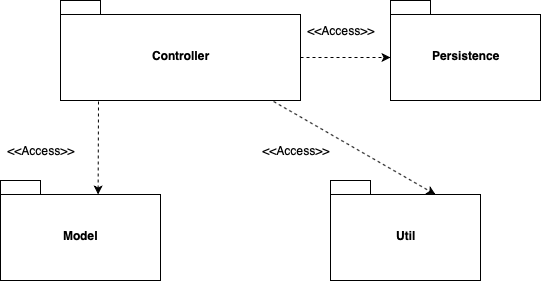
Above: doc/UML/ModulSicht.png in fkehlenb/softwareprojekt-2 (draw.io), before the change. Source tidied: cells renumbered, new cells last; positions are measured from the earlier drawing's top-left corner, leaving out a move shared by most shapes.
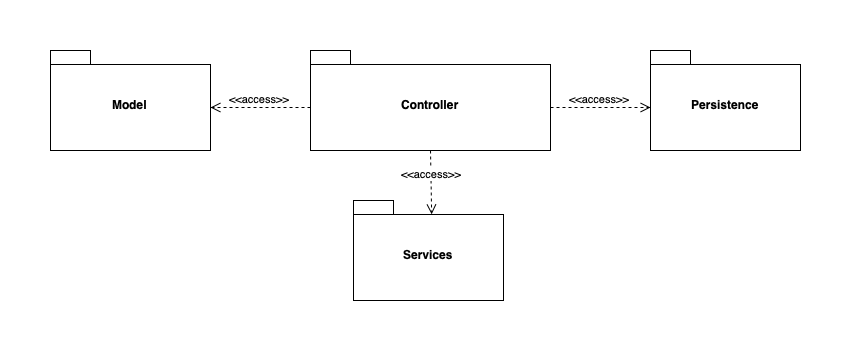
The same file after the commit.

Diff of the diagram source:
```diff
@@ -3,37 +3,25 @@
     <mxCell id="0" />
     <mxCell id="1" parent="0" />
     <mxCell id="2" value="Model" style="shape=folder;fontStyle=1;spacingTop=10;tabWidth=40;tabHeight=14;tabPosition=left;html=1;" parent="1" vertex="1">
-      <mxGeometry y="180" width="160" height="100" as="geometry" />
+      <mxGeometry x="-200" width="160" height="100" as="geometry" />
     </mxCell>
     <mxCell id="3" value="Controller" style="shape=folder;fontStyle=1;spacingTop=10;tabWidth=40;tabHeight=14;tabPosition=left;html=1;" parent="1" vertex="1">
       <mxGeometry x="60" width="240" height="100" as="geometry" />
     </mxCell>
     <mxCell id="4" value="Persistence" style="shape=folder;fontStyle=1;spacingTop=10;tabWidth=40;tabHeight=14;tabPosition=left;html=1;" parent="1" vertex="1">
-      <mxGeometry x="390" width="150" height="100" as="geometry" />
+      <mxGeometry x="400" width="150" height="100" as="geometry" />
     </mxCell>
-    <mxCell id="5" value="Util" style="shape=folder;fontStyle=1;spacingTop=10;tabWidth=40;tabHeight=14;tabPosition=left;html=1;" parent="1" vertex="1">
-      <mxGeometry x="330" y="180" width="150" height="100" as="geometry" />
+    <mxCell id="5" value="Services" style="shape=folder;fontStyle=1;spacingTop=10;tabWidth=40;tabHeight=14;tabPosition=left;html=1;" parent="1" vertex="1">
+      <mxGeometry x="103" y="150" width="150" height="100" as="geometry" />
     </mxCell>
+    <mxCell id="8" value="&amp;lt;&amp;lt;access&amp;gt;&amp;gt;" style="html=1;verticalAlign=bottom;endArrow=open;dashed=1;endSize=8;exitX=0;exitY=0;exitDx=240;exitDy=57;exitPerimeter=0;entryX=0;entryY=0;entryDx=0;entryDy=57;entryPerimeter=0;" parent="1" edge="1" source="3" target="4">
+      <mxGeometry relative="1" as="geometry" />
+    </mxCell>
-    <mxCell id="6" style="endArrow=classic;html=1;exitX=0.888;exitY=1.01;exitDx=0;exitDy=0;exitPerimeter=0;entryX=0;entryY=0;entryDx=105;entryDy=14;entryPerimeter=0;dashed=1;" parent="1" edge="1" source="3" target="5">
+    <mxCell id="6" value="&amp;lt;&amp;lt;access&amp;gt;&amp;gt;" style="html=1;verticalAlign=bottom;endArrow=open;dashed=1;endSize=8;exitX=0.5;exitY=1;exitDx=0;exitDy=0;exitPerimeter=0;entryX=0.521;entryY=0.138;entryDx=0;entryDy=0;entryPerimeter=0;" parent="1" edge="1" source="3" target="5">
       <mxGeometry relative="1" as="geometry" />
     </mxCell>
-    <mxCell id="7" style="endArrow=classic;html=1;entryX=0.535;entryY=0.14;entryDx=0;entryDy=0;entryPerimeter=0;dashed=1;" parent="1" edge="1">
-      <mxGeometry relative="1" as="geometry">
-        <mxPoint x="98" y="101" as="sourcePoint" />
-        <mxPoint x="97.6" y="194" as="targetPoint" />
-      </mxGeometry>
-    </mxCell>
-    <mxCell id="8" style="endArrow=classic;html=1;exitX=0;exitY=0;exitDx=240;exitDy=57;exitPerimeter=0;entryX=0;entryY=0;entryDx=0;entryDy=57;entryPerimeter=0;dashed=1;" parent="1" edge="1" source="3" target="4">
-      <mxGeometry relative="1" as="geometry" />
-    </mxCell>
-    <mxCell id="9" value="&amp;lt;&amp;lt;Access&amp;gt;&amp;gt;" style="text;html=1;strokeColor=none;fillColor=none;align=center;verticalAlign=middle;whiteSpace=wrap;rounded=0;" parent="1" vertex="1">
-      <mxGeometry x="20" y="140" width="40" height="20" as="geometry" />
-    </mxCell>
-    <mxCell id="10" value="&amp;lt;&amp;lt;Access&amp;gt;&amp;gt;" style="text;html=1;strokeColor=none;fillColor=none;align=center;verticalAlign=middle;whiteSpace=wrap;rounded=0;" parent="1" vertex="1">
-      <mxGeometry x="270" y="140" width="50" height="20" as="geometry" />
-    </mxCell>
-    <mxCell id="11" value="&amp;lt;&amp;lt;Access&amp;gt;&amp;gt;" style="text;html=1;strokeColor=none;fillColor=none;align=center;verticalAlign=middle;whiteSpace=wrap;rounded=0;" parent="1" vertex="1">
-      <mxGeometry x="320" y="20" width="40" height="20" as="geometry" />
-    </mxCell>
+    <mxCell id="12" value="&amp;lt;&amp;lt;access&amp;gt;&amp;gt;" style="html=1;verticalAlign=bottom;endArrow=open;dashed=1;endSize=8;exitX=0;exitY=0;exitDx=0;exitDy=57;exitPerimeter=0;entryX=0;entryY=0;entryDx=160;entryDy=57;entryPerimeter=0;" parent="1" edge="1" source="3" target="2">
+      <mxGeometry relative="1" as="geometry" />
+    </mxCell>
   </root>
 </mxGraphModel>
```
